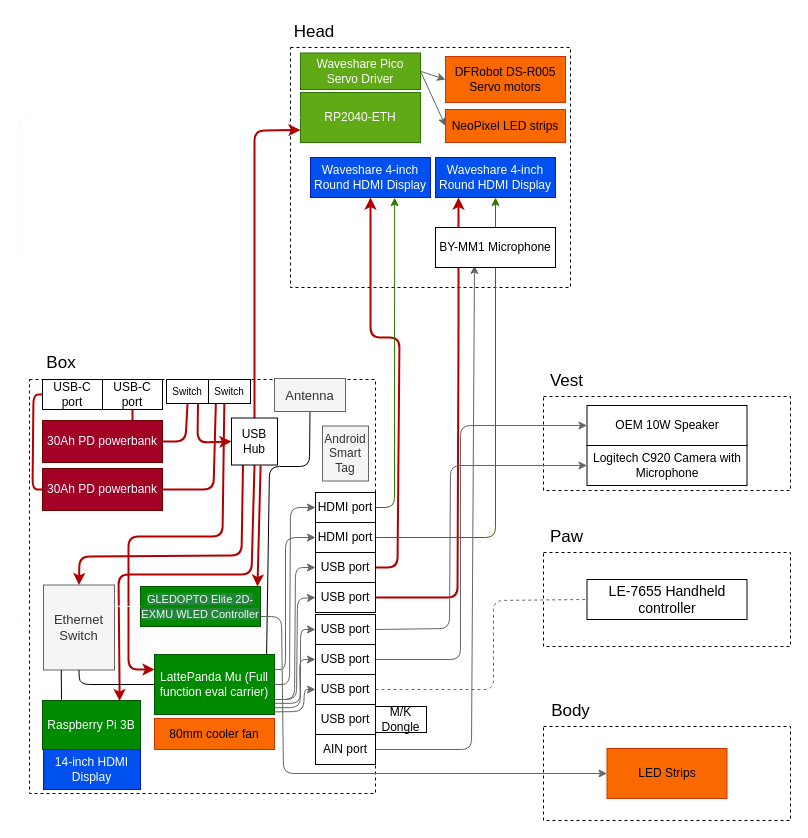
Earlier version of the draw.io diagram Planning/Hardware.drawio (MekhyW/DYNAMO-Electronic-Fursuit-3.0). Source tidied: cells renumbered, new cells numbered last; positions are measured from the earlier drawing's top-left corner, leaving out a move shared by most shapes. Both pictures are drawn from the tidied source at 100%, with x=0, y=0 at pixel (17, 17).
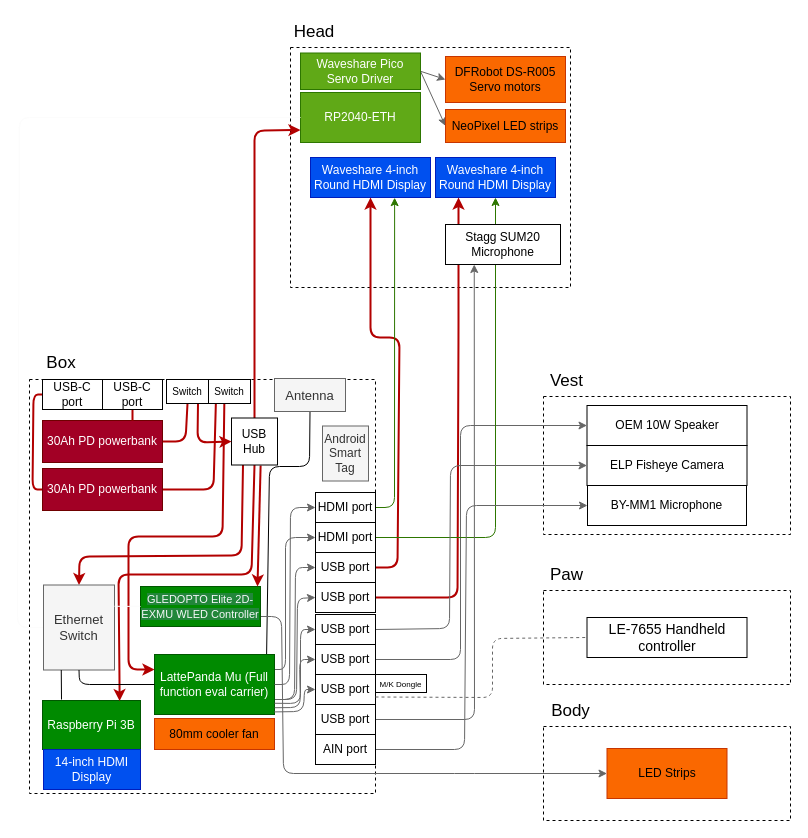
The same diagram, later.

Unchanged cells that the change refers to:
```xml
<mxCell id="46" value="USB port" style="rounded=0;whiteSpace=wrap;html=1;" parent="1" vertex="1">
  <mxGeometry x="298" y="657" width="60" height="30" as="geometry" />
</mxCell>
<mxCell id="47" value="AIN port" style="rounded=0;whiteSpace=wrap;html=1;" parent="1" vertex="1">
  <mxGeometry x="298" y="717" width="60" height="30" as="geometry" />
</mxCell>
<mxCell id="78" value="USB port" style="rounded=0;whiteSpace=wrap;html=1;" parent="1" vertex="1">
  <mxGeometry x="298" y="687" width="60" height="30" as="geometry" />
</mxCell>
```

Diff of the diagram source:
```diff
@@
     <mxCell id="3" style="rounded=0;whiteSpace=wrap;html=1;dashed=1;" parent="1" vertex="1">
-      <mxGeometry x="526" y="379" width="247" height="94" as="geometry" />
+      <mxGeometry x="526" y="379" width="247" height="138" as="geometry" />
     </mxCell>
@@
-    <mxCell id="30" style="edgeStyle=none;html=1;exitX=1;exitY=0.5;exitDx=0;exitDy=0;strokeColor=#666666;strokeWidth=1;fontSize=8;startArrow=none;startFill=0;fillColor=#f5f5f5;" parent="1" edge="1" source="47">
+    <mxCell id="30" style="edgeStyle=none;html=1;exitX=1;exitY=0.5;exitDx=0;exitDy=0;strokeColor=#666666;strokeWidth=1;fontSize=8;startArrow=none;startFill=0;fillColor=#f5f5f5;entryX=0;entryY=0.5;entryDx=0;entryDy=0;" parent="1" edge="1" source="47" target="32">
       <mxGeometry relative="1" as="geometry">
-        <mxPoint x="457" y="248" as="targetPoint" />
         <Array as="points">
-          <mxPoint x="454" y="732" />
+          <mxPoint x="447" y="732" />
+          <mxPoint x="449" y="488" />
         </Array>
       </mxGeometry>
     </mxCell>
@@
     <mxCell id="32" value="BY-MM1 Microphone" style="rounded=0;whiteSpace=wrap;html=1;" parent="1" vertex="1">
-      <mxGeometry x="418" y="210" width="120" height="40" as="geometry" />
+      <mxGeometry x="570" y="468" width="159" height="40" as="geometry" />
     </mxCell>
@@
     <mxCell id="38" style="rounded=0;whiteSpace=wrap;html=1;dashed=1;" parent="1" vertex="1">
-      <mxGeometry x="526" y="535" width="247" height="94" as="geometry" />
+      <mxGeometry x="526" y="573" width="247" height="94" as="geometry" />
     </mxCell>
     <mxCell id="39" value="&lt;font style=&quot;font-size: 14px;&quot;&gt;LE-7655 Handheld controller&lt;/font&gt;" style="rounded=0;whiteSpace=wrap;html=1;" parent="1" vertex="1">
-      <mxGeometry x="569.5" y="562" width="160" height="40" as="geometry" />
+      <mxGeometry x="569.5" y="600" width="160" height="40" as="geometry" />
     </mxCell>
@@
     <mxCell id="43" value="&lt;font style=&quot;font-size: 17px;&quot;&gt;Paw&lt;/font&gt;" style="text;html=1;align=center;verticalAlign=middle;whiteSpace=wrap;rounded=0;" parent="1" vertex="1">
-      <mxGeometry x="526" y="505" width="46.5" height="30" as="geometry" />
+      <mxGeometry x="526" y="543" width="46.5" height="30" as="geometry" />
     </mxCell>
@@
-    <mxCell id="61" value="&lt;font style=&quot;&quot;&gt;Logitech C920 Camera with Microphone&lt;/font&gt;" style="rounded=0;whiteSpace=wrap;html=1;" parent="1" vertex="1">
+    <mxCell id="61" value="&lt;font style=&quot;&quot;&gt;ELP Fisheye Camera&lt;/font&gt;" style="rounded=0;whiteSpace=wrap;html=1;" parent="1" vertex="1">
       <mxGeometry x="569.5" y="428" width="160" height="40" as="geometry" />
     </mxCell>
-    <mxCell id="62" style="edgeStyle=none;html=1;exitX=1;exitY=0.5;exitDx=0;exitDy=0;entryX=0;entryY=0.5;entryDx=0;entryDy=0;endArrow=none;endFill=0;fillColor=#f5f5f5;strokeColor=#666666;dashed=1;" parent="1" edge="1" source="46" target="39">
+    <mxCell id="62" style="edgeStyle=none;html=1;exitX=1;exitY=0.75;exitDx=0;exitDy=0;entryX=0;entryY=0.5;entryDx=0;entryDy=0;endArrow=none;endFill=0;fillColor=#f5f5f5;strokeColor=#666666;dashed=1;" parent="1" edge="1" source="46" target="39">
       <mxGeometry relative="1" as="geometry">
         <Array as="points">
-          <mxPoint x="476" y="672" />
-          <mxPoint x="476" y="583" />
+          <mxPoint x="475" y="680" />
+          <mxPoint x="475" y="621" />
         </Array>
       </mxGeometry>
     </mxCell>
@@
+    <mxCell id="81" style="edgeStyle=none;html=1;exitX=1;exitY=0.5;exitDx=0;exitDy=0;entryX=0.25;entryY=1;entryDx=0;entryDy=0;fontSize=7;strokeColor=#666666;" parent="1" edge="1" source="78" target="82">
+      <mxGeometry relative="1" as="geometry">
+        <Array as="points">
+          <mxPoint x="457" y="702" />
+        </Array>
+      </mxGeometry>
+    </mxCell>
@@
-    <mxCell id="79" value="M/K Dongle" style="rounded=0;whiteSpace=wrap;html=1;" parent="1" vertex="1">
-      <mxGeometry x="358" y="689" width="51" height="26" as="geometry" />
+    <mxCell id="79" value="&lt;font style=&quot;font-size: 8px;&quot;&gt;M/K Dongle&lt;/font&gt;" style="rounded=0;whiteSpace=wrap;html=1;" parent="1" vertex="1">
+      <mxGeometry x="358" y="657" width="51" height="18" as="geometry" />
     </mxCell>
@@
+    <mxCell id="82" value="Stagg SUM20 Microphone" style="rounded=0;whiteSpace=wrap;html=1;" parent="1" vertex="1">
+      <mxGeometry x="428" y="207" width="115" height="40" as="geometry" />
+    </mxCell>
```
